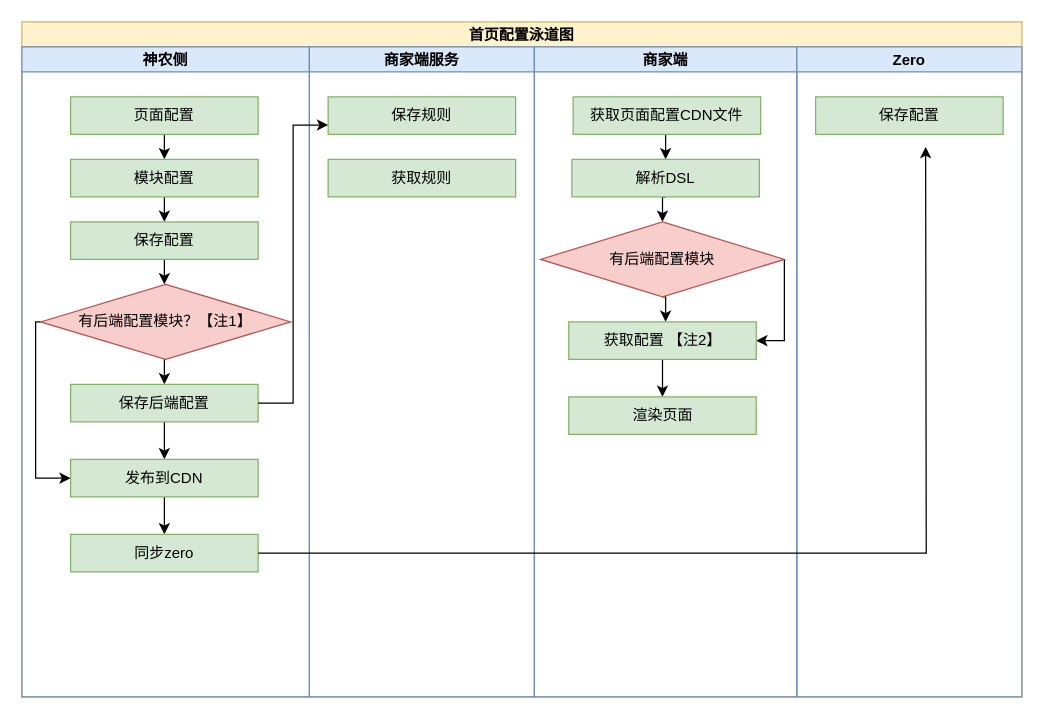
Above: task1/Untitled Diagram.drawio in xiguatailangmaixigua/task1 (draw.io), before the change. Source tidied: cells renumbered, new cells numbered last; positions are measured from the earlier drawing's top-left corner, leaving out a move shared by most shapes. Both pictures are drawn from the tidied source at 125%, with x=0, y=0 at pixel (21, 21).
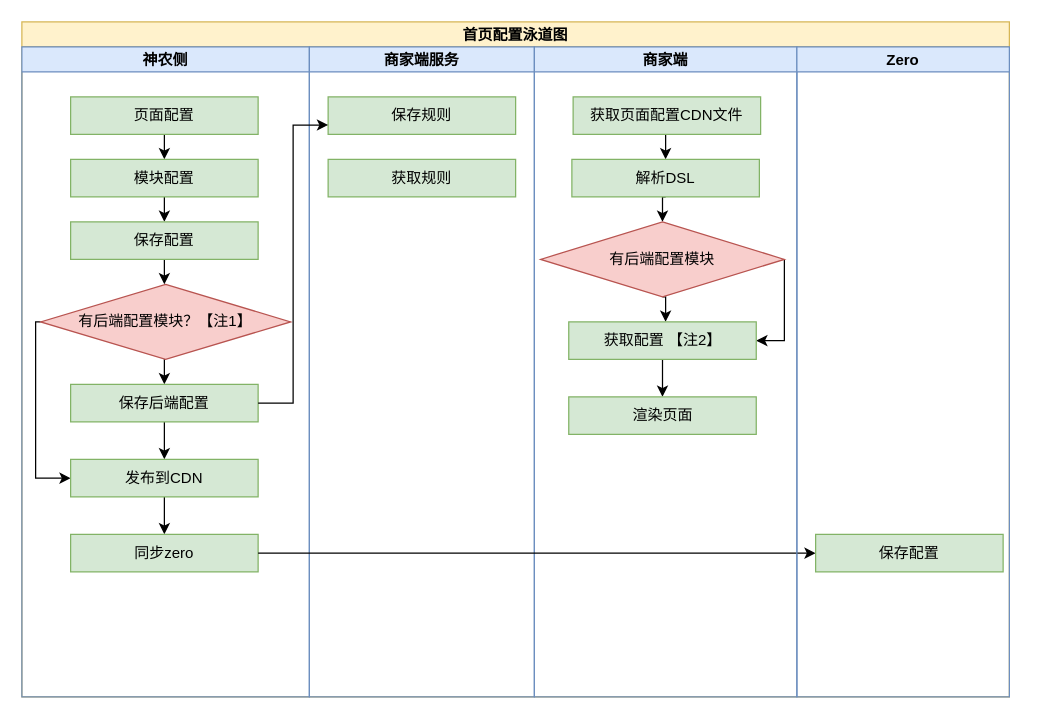
The same diagram, later.

The change refers to these unchanged cells:
```xml
<mxCell id="14" value="保存后端配置" style="rounded=0;whiteSpace=wrap;html=1;fillColor=#d5e8d4;strokeColor=#82b366;" parent="3" vertex="1">
  <mxGeometry x="39" y="270" width="150" height="30" as="geometry" />
</mxCell>
<mxCell id="17" value="同步zero" style="rounded=0;whiteSpace=wrap;html=1;fillColor=#d5e8d4;strokeColor=#82b366;" parent="3" vertex="1">
  <mxGeometry x="39" y="390" width="150" height="30" as="geometry" />
</mxCell>
<mxCell id="19" value="保存规则" style="rounded=0;whiteSpace=wrap;html=1;fillColor=#d5e8d4;strokeColor=#82b366;" parent="18" vertex="1">
  <mxGeometry x="15" y="40" width="150" height="30" as="geometry" />
</mxCell>
```

Diff of the diagram source:
```diff
@@
     <mxCell id="2" value="首页配置泳道图" style="swimlane;startSize=20;fillColor=#fff2cc;strokeColor=#d6b656;" parent="1" vertex="1">
-      <mxGeometry width="800" height="540" as="geometry" />
+      <mxGeometry width="790" height="540" as="geometry" />
     </mxCell>
@@
+    <mxCell id="34" style="edgeStyle=orthogonalEdgeStyle;rounded=0;jettySize=auto;html=1;exitX=1;exitY=0.5;exitDx=0;exitDy=0;entryX=0;entryY=0.75;entryDx=0;entryDy=0;" parent="2" edge="1" source="14" target="19">
+      <mxGeometry relative="1" as="geometry" />
+    </mxCell>
+    <mxCell id="36" style="edgeStyle=orthogonalEdgeStyle;rounded=0;jettySize=auto;html=1;exitX=1;exitY=0.5;exitDx=0;exitDy=0;entryX=0;entryY=0.5;entryDx=0;entryDy=0;" parent="2" edge="1" source="17" target="33">
+      <mxGeometry relative="1" as="geometry" />
+    </mxCell>
     <mxCell id="32" value="Zero" style="swimlane;startSize=20;fillColor=#dae8fc;strokeColor=#6c8ebf;" parent="2" vertex="1">
-      <mxGeometry x="620" y="20" width="180" height="520" as="geometry" />
+      <mxGeometry x="620" y="20" width="170" height="520" as="geometry" />
     </mxCell>
     <mxCell id="33" value="保存配置" style="rounded=0;whiteSpace=wrap;html=1;fillColor=#d5e8d4;strokeColor=#82b366;" parent="32" vertex="1">
-      <mxGeometry x="15" y="40" width="150" height="30" as="geometry" />
+      <mxGeometry x="15" y="390" width="150" height="30" as="geometry" />
     </mxCell>
-    <mxCell id="34" style="edgeStyle=orthogonalEdgeStyle;rounded=0;jettySize=auto;html=1;exitX=1;exitY=0.5;exitDx=0;exitDy=0;entryX=0;entryY=0.75;entryDx=0;entryDy=0;" parent="2" edge="1" source="14" target="19">
-      <mxGeometry relative="1" as="geometry" />
-    </mxCell>
-    <mxCell id="35" style="edgeStyle=orthogonalEdgeStyle;rounded=0;jettySize=auto;html=1;exitX=1;exitY=0.5;exitDx=0;exitDy=0;" parent="1" edge="1" source="17">
-      <mxGeometry relative="1" as="geometry">
-        <mxPoint x="723" y="100" as="targetPoint" />
-      </mxGeometry>
-    </mxCell>
```
